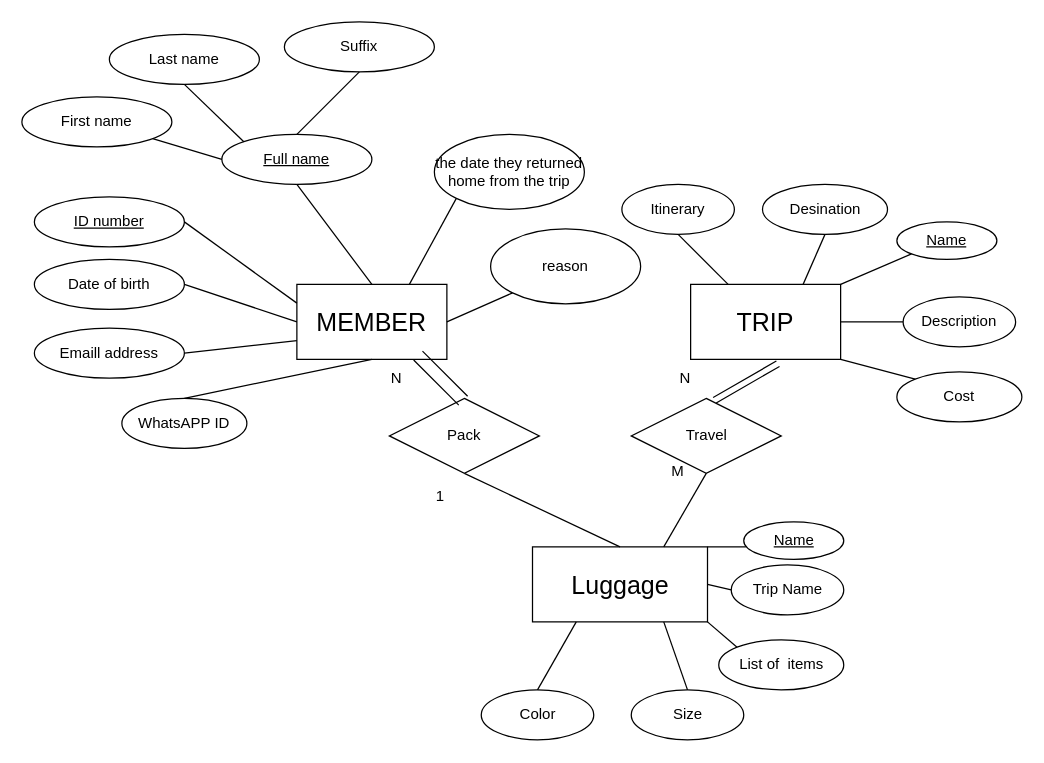
Above: page "Page-2" (2 of 2) of Untitled Diagram.drawio in harry-sunhao/52pojie (draw.io), before the change. Source tidied: cells renumbered, new cells numbered last; positions are measured from the earlier drawing's top-left corner, leaving out a move shared by most shapes. Both pictures are drawn from the tidied source at 125%, with x=0, y=0 at pixel (21, 21).
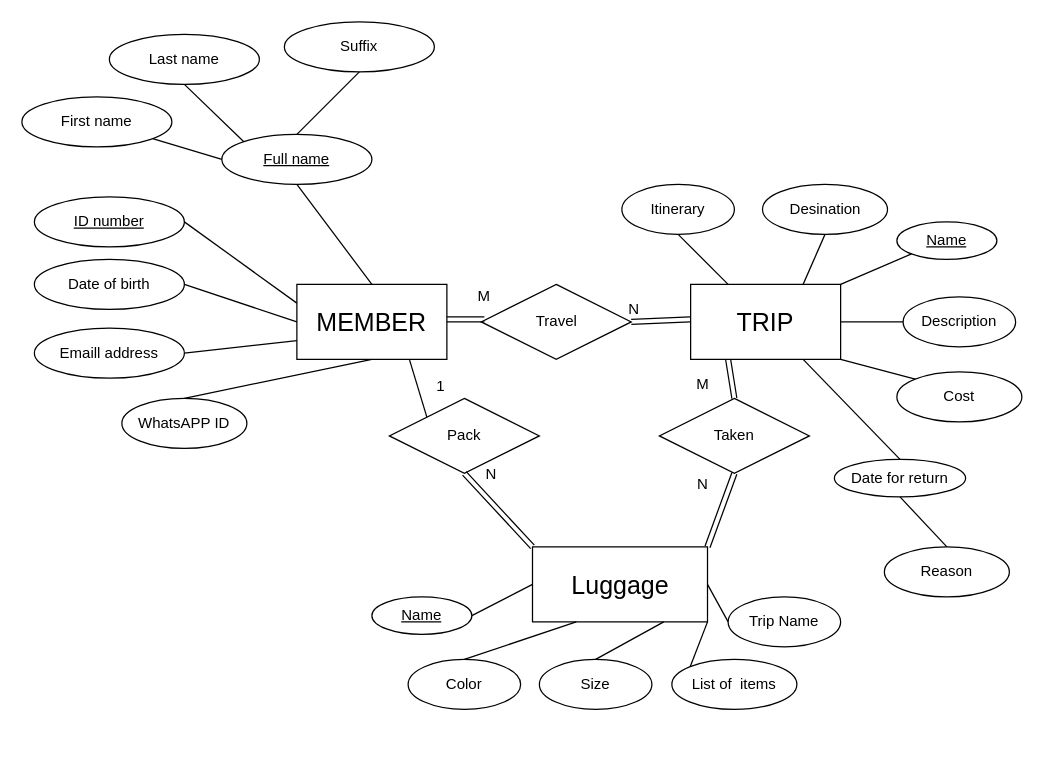
After the change.

The change refers to these unchanged cells:
```xml
<mxCell id="2" value="&lt;div style=&quot;text-align: left&quot;&gt;&lt;span style=&quot;font-size: 20px&quot;&gt;MEMBER&lt;/span&gt;&lt;/div&gt;" style="rounded=0;whiteSpace=wrap;html=1;" parent="1" vertex="1">
  <mxGeometry x="220" y="210" width="120" height="60" as="geometry" />
</mxCell>
<mxCell id="19" value="&lt;span style=&quot;text-align: left&quot;&gt;&lt;font style=&quot;font-size: 20px&quot;&gt;TRIP&lt;/font&gt;&lt;/span&gt;" style="whiteSpace=wrap;html=1;align=center;" parent="1" vertex="1">
  <mxGeometry x="535" y="210" width="120" height="60" as="geometry" />
</mxCell>
<mxCell id="26" value="&lt;div style=&quot;text-align: left&quot;&gt;&lt;span style=&quot;font-size: 20px&quot;&gt;Luggage&lt;/span&gt;&lt;/div&gt;" style="whiteSpace=wrap;html=1;align=center;" parent="1" vertex="1">
  <mxGeometry x="408.5" y="420" width="140" height="60" as="geometry" />
</mxCell>
<mxCell id="34" value="Pack" style="shape=rhombus;perimeter=rhombusPerimeter;whiteSpace=wrap;html=1;align=center;" parent="1" vertex="1">
  <mxGeometry x="294" y="301.2" width="120" height="60" as="geometry" />
</mxCell>
```

Change to the diagram source:
```diff
@@
     <mxCell id="27" value="&lt;u&gt;Name&lt;/u&gt;" style="ellipse;whiteSpace=wrap;html=1;" parent="1" vertex="1">
-      <mxGeometry x="577.5" y="400" width="80" height="30" as="geometry" />
+      <mxGeometry x="280" y="460" width="80" height="30" as="geometry" />
     </mxCell>
-    <mxCell id="28" style="endArrow=none;html=1;entryX=0;entryY=1;entryDx=0;entryDy=0;exitX=1;exitY=0;exitDx=0;exitDy=0;" parent="1" edge="1" source="26">
-      <mxGeometry relative="1" as="geometry">
-        <mxPoint x="579.2" y="420" as="targetPoint" />
-      </mxGeometry>
+    <mxCell id="28" style="endArrow=none;html=1;entryX=1;entryY=0.5;entryDx=0;entryDy=0;exitX=0;exitY=0.5;exitDx=0;exitDy=0;" parent="1" edge="1" source="26" target="27">
+      <mxGeometry relative="1" as="geometry" />
     </mxCell>
@@
     <mxCell id="30" value="Trip Name" style="ellipse;whiteSpace=wrap;html=1;" parent="1" vertex="1">
-      <mxGeometry x="567.5" y="434.4" width="90" height="40" as="geometry" />
+      <mxGeometry x="565" y="460" width="90" height="40" as="geometry" />
     </mxCell>
     <mxCell id="31" value="List of&amp;nbsp; items" style="ellipse;whiteSpace=wrap;html=1;" parent="1" vertex="1">
-      <mxGeometry x="557.5" y="494.4" width="100" height="40" as="geometry" />
+      <mxGeometry x="520" y="510" width="100" height="40" as="geometry" />
     </mxCell>
@@
-    <mxCell id="33" style="endArrow=none;html=1;rounded=0;entryX=0.5;entryY=1;entryDx=0;entryDy=0;exitX=0.5;exitY=0;exitDx=0;exitDy=0;" parent="1" edge="1" source="26" target="34">
-      <mxGeometry relative="1" as="geometry" />
-    </mxCell>
@@
-    <mxCell id="35" style="shape=partialRectangle;whiteSpace=wrap;html=1;left=0;right=0;fillColor=none;rotation=45;" parent="1" vertex="1">
-      <mxGeometry x="310" y="280" width="50" height="10" as="geometry" />
-    </mxCell>
-    <mxCell id="36" style="shape=partialRectangle;whiteSpace=wrap;html=1;left=0;right=0;fillColor=none;rotation=-30;" parent="1" vertex="1">
-      <mxGeometry x="550.8" y="285.6" width="57.5" height="5" as="geometry" />
-    </mxCell>
-    <mxCell id="37" value="N" style="text;html=1;strokeColor=none;fillColor=none;align=center;verticalAlign=middle;whiteSpace=wrap;rounded=0;" parent="1" vertex="1">
-      <mxGeometry x="280" y="275" width="40" height="20" as="geometry" />
-    </mxCell>
@@
     <mxCell id="42" value="Color" style="ellipse;whiteSpace=wrap;html=1;" parent="1" vertex="1">
-      <mxGeometry x="367.5" y="534.4" width="90" height="40" as="geometry" />
+      <mxGeometry x="309" y="510" width="90" height="40" as="geometry" />
     </mxCell>
     <mxCell id="43" value="Size" style="ellipse;whiteSpace=wrap;html=1;" parent="1" vertex="1">
-      <mxGeometry x="487.5" y="534.4" width="90" height="40" as="geometry" />
+      <mxGeometry x="414" y="510" width="90" height="40" as="geometry" />
     </mxCell>
@@
-    <mxCell id="46" value="1" style="text;html=1;strokeColor=none;fillColor=none;align=center;verticalAlign=middle;whiteSpace=wrap;rounded=0;" parent="1" vertex="1">
-      <mxGeometry x="315" y="370" width="40" height="20" as="geometry" />
-    </mxCell>
     <mxCell id="47" value="Travel" style="shape=rhombus;perimeter=rhombusPerimeter;whiteSpace=wrap;html=1;align=center;" parent="1" vertex="1">
-      <mxGeometry x="487.5" y="301.2" width="120" height="60" as="geometry" />
+      <mxGeometry x="367.5" y="210" width="120" height="60" as="geometry" />
     </mxCell>
-    <mxCell id="48" style="endArrow=none;html=1;rounded=0;entryX=0.75;entryY=0;entryDx=0;entryDy=0;exitX=0.5;exitY=1;exitDx=0;exitDy=0;" parent="1" edge="1" source="47" target="26">
-      <mxGeometry relative="1" as="geometry" />
+    <mxCell id="48" style="shape=link;html=1;rounded=0;" parent="1" edge="1">
+      <mxGeometry relative="1" as="geometry">
+        <mxPoint x="370" y="238" as="sourcePoint" />
+        <mxPoint x="340" y="238" as="targetPoint" />
+      </mxGeometry>
     </mxCell>
     <mxCell id="49" value="M" style="text;html=1;strokeColor=none;fillColor=none;align=center;verticalAlign=middle;whiteSpace=wrap;rounded=0;" parent="1" vertex="1">
-      <mxGeometry x="505" y="350" width="40" height="20" as="geometry" />
+      <mxGeometry x="350" y="210" width="40" height="20" as="geometry" />
     </mxCell>
     <mxCell id="50" value="N" style="text;html=1;strokeColor=none;fillColor=none;align=center;verticalAlign=middle;whiteSpace=wrap;rounded=0;" parent="1" vertex="1">
-      <mxGeometry x="510.8" y="275" width="40" height="20" as="geometry" />
+      <mxGeometry x="470" y="220" width="40" height="20" as="geometry" />
     </mxCell>
-    <mxCell id="51" style="endArrow=none;html=1;exitX=0.75;exitY=0;exitDx=0;exitDy=0;entryX=0;entryY=1;entryDx=0;entryDy=0;" parent="1" edge="1" source="2" target="52">
-      <mxGeometry relative="1" as="geometry" />
-    </mxCell>
-    <mxCell id="52" value="the date they returned home from the trip" style="ellipse;whiteSpace=wrap;html=1;" parent="1" vertex="1">
-      <mxGeometry x="330" y="90" width="120" height="60" as="geometry" />
-    </mxCell>
-    <mxCell id="53" style="endArrow=none;html=1;exitX=1;exitY=0.5;exitDx=0;exitDy=0;entryX=0;entryY=1;entryDx=0;entryDy=0;" parent="1" edge="1" source="2" target="54">
-      <mxGeometry relative="1" as="geometry" />
-    </mxCell>
-    <mxCell id="54" value="reason" style="ellipse;whiteSpace=wrap;html=1;" parent="1" vertex="1">
-      <mxGeometry x="375" y="165.6" width="120" height="60" as="geometry" />
-    </mxCell>
+    <mxCell id="55" style="shape=link;html=1;rounded=0;entryX=-0.002;entryY=0.467;entryDx=0;entryDy=0;entryPerimeter=0;exitX=1;exitY=0.5;exitDx=0;exitDy=0;" parent="1" edge="1" source="47" target="19">
+      <mxGeometry relative="1" as="geometry" />
+    </mxCell>
+    <mxCell id="56" style="shape=link;html=1;rounded=0;entryX=0;entryY=0;entryDx=0;entryDy=0;exitX=0.5;exitY=1;exitDx=0;exitDy=0;" parent="1" edge="1" source="34" target="26">
+      <mxGeometry relative="1" as="geometry" />
+    </mxCell>
+    <mxCell id="46" value="1" style="html=1;align=left;verticalAlign=bottom;" parent="56" vertex="1">
+      <mxGeometry x="-1" relative="1" as="geometry">
+        <mxPoint x="-24" y="-61.2" as="offset" />
+      </mxGeometry>
+    </mxCell>
+    <mxCell id="57" value="N" style="html=1;align=right;verticalAlign=bottom;" parent="56" vertex="1">
+      <mxGeometry x="1" relative="1" as="geometry">
+        <mxPoint x="-28.4" y="-49.9" as="offset" />
+      </mxGeometry>
+    </mxCell>
+    <mxCell id="58" style="endArrow=none;html=1;rounded=0;entryX=0;entryY=0;entryDx=0;entryDy=0;exitX=0.75;exitY=1;exitDx=0;exitDy=0;" parent="1" edge="1" source="2" target="34">
+      <mxGeometry relative="1" as="geometry" />
+    </mxCell>
+    <mxCell id="59" value="Taken" style="shape=rhombus;perimeter=rhombusPerimeter;whiteSpace=wrap;html=1;align=center;" parent="1" vertex="1">
+      <mxGeometry x="510" y="301.2" width="120" height="60" as="geometry" />
+    </mxCell>
+    <mxCell id="60" style="shape=link;html=1;rounded=0;entryX=0.25;entryY=1;entryDx=0;entryDy=0;exitX=0.5;exitY=0;exitDx=0;exitDy=0;" parent="1" edge="1" source="59" target="19">
+      <mxGeometry relative="1" as="geometry" />
+    </mxCell>
+    <mxCell id="61" value="M" style="text;html=1;strokeColor=none;fillColor=none;align=center;verticalAlign=middle;whiteSpace=wrap;rounded=0;" parent="1" vertex="1">
+      <mxGeometry x="525" y="280" width="40" height="20" as="geometry" />
+    </mxCell>
+    <mxCell id="62" style="shape=link;html=1;rounded=0;entryX=1;entryY=0;entryDx=0;entryDy=0;exitX=0.5;exitY=1;exitDx=0;exitDy=0;width=-4.166666666666666;" parent="1" edge="1" source="59" target="26">
+      <mxGeometry relative="1" as="geometry" />
+    </mxCell>
+    <mxCell id="37" value="N" style="text;html=1;strokeColor=none;fillColor=none;align=center;verticalAlign=middle;whiteSpace=wrap;rounded=0;" parent="1" vertex="1">
+      <mxGeometry x="525" y="360" width="40" height="20" as="geometry" />
+    </mxCell>
+    <mxCell id="63" value="Date for return" style="ellipse;whiteSpace=wrap;html=1;align=center;" parent="1" vertex="1">
+      <mxGeometry x="650" y="350" width="105" height="30" as="geometry" />
+    </mxCell>
+    <mxCell id="64" style="endArrow=none;html=1;rounded=0;entryX=0.5;entryY=0;entryDx=0;entryDy=0;exitX=0.75;exitY=1;exitDx=0;exitDy=0;" parent="1" edge="1" source="19" target="63">
+      <mxGeometry relative="1" as="geometry" />
+    </mxCell>
+    <mxCell id="65" value="Reason" style="ellipse;whiteSpace=wrap;html=1;align=center;" parent="1" vertex="1">
+      <mxGeometry x="690" y="420" width="100" height="40" as="geometry" />
+    </mxCell>
+    <mxCell id="66" style="endArrow=none;html=1;rounded=0;entryX=0.5;entryY=0;entryDx=0;entryDy=0;exitX=0.5;exitY=1;exitDx=0;exitDy=0;" parent="1" edge="1" source="63" target="65">
+      <mxGeometry relative="1" as="geometry" />
+    </mxCell>
```
